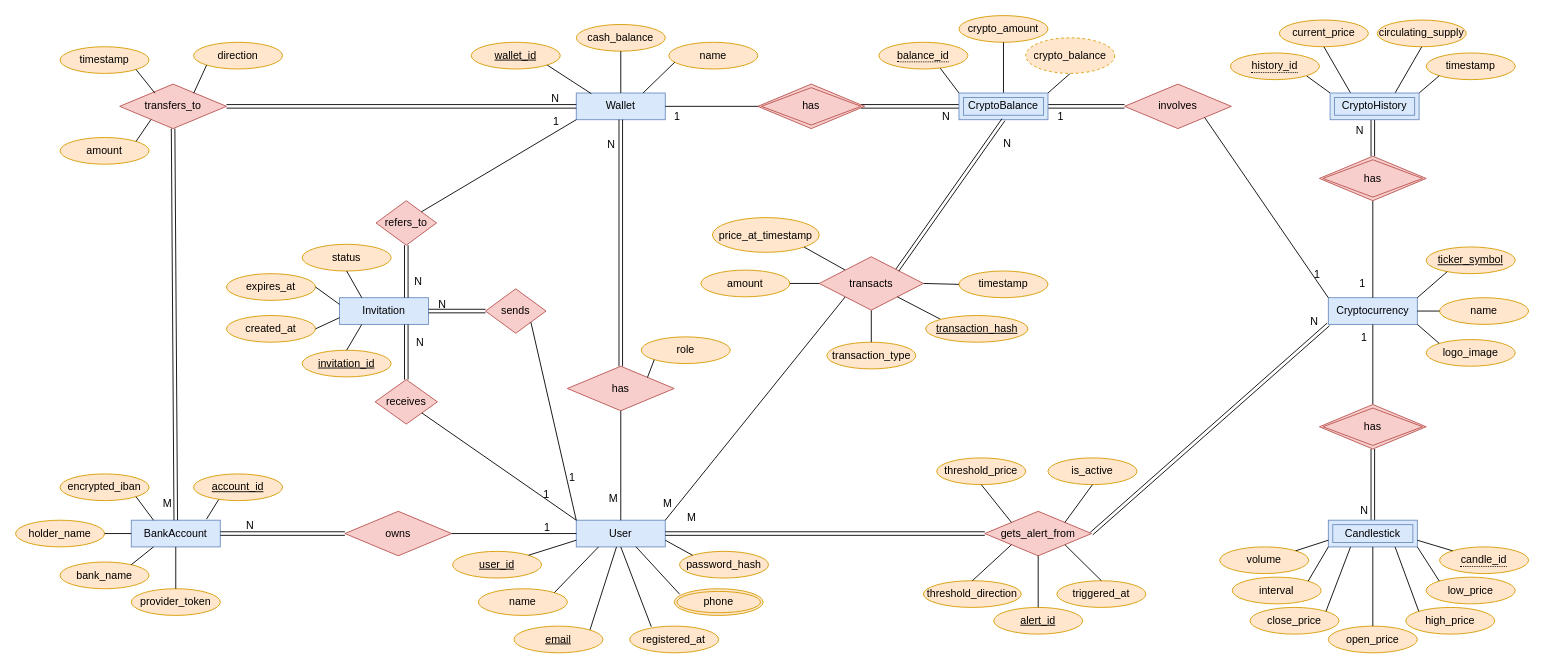
Earlier version of the draw.io diagram deliverable-1/figures/ER_diagram.drawio (georrous6/Databases). Source tidied: cells renumbered, new cells numbered last; positions are measured from the earlier drawing's top-left corner, leaving out a move shared by most shapes. Both pictures are drawn from the tidied source at 89%, with x=0, y=0 at pixel (15, 15).
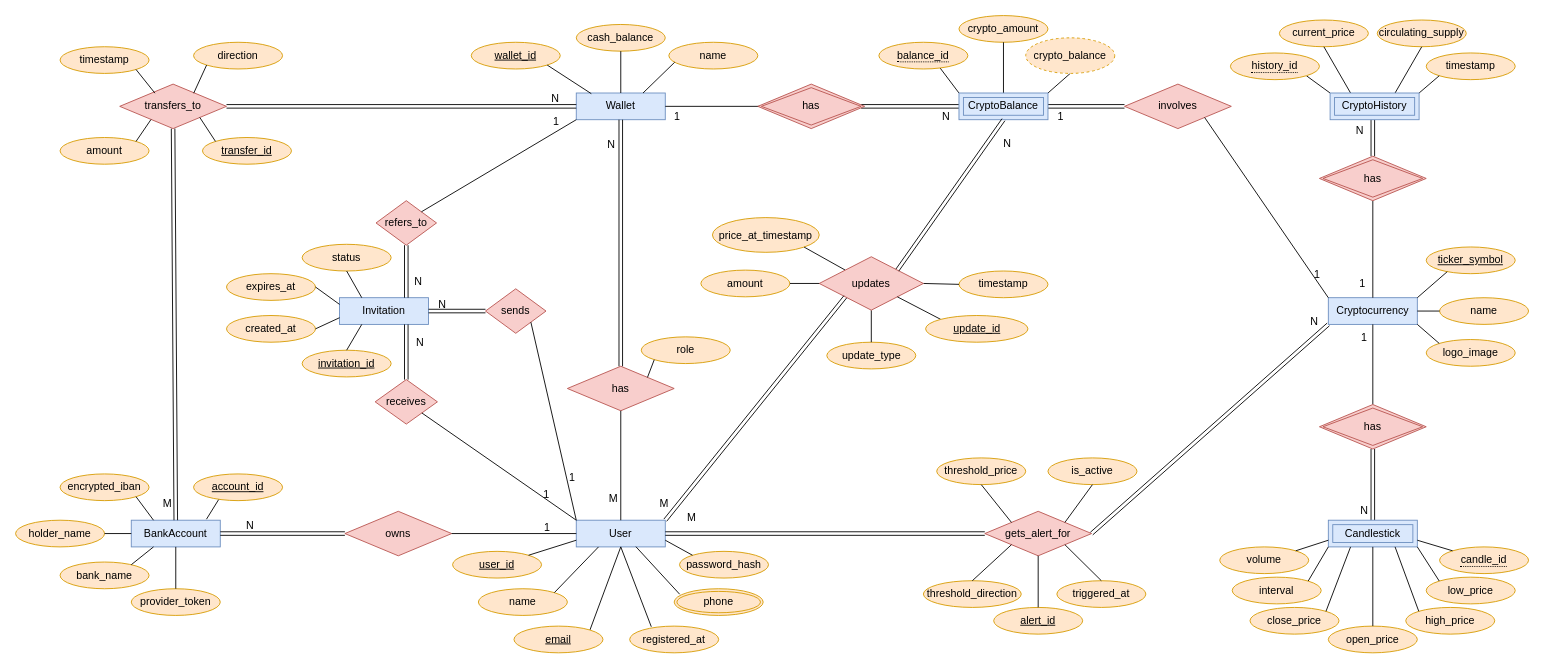
The same diagram, later.

The change refers to these unchanged cells:
```xml
<mxCell id="2" value="User" style="whiteSpace=wrap;html=1;align=center;fillColor=#dae8fc;strokeColor=#6c8ebf;" parent="1" vertex="1">
  <mxGeometry x="630" y="567" width="100" height="30" as="geometry" />
</mxCell>
<mxCell id="26" value="transfers_to" style="shape=rhombus;perimeter=rhombusPerimeter;whiteSpace=wrap;html=1;align=center;fillColor=#f8cecc;strokeColor=#b85450;" parent="1" vertex="1">
  <mxGeometry x="117" y="77" width="120" height="50" as="geometry" />
</mxCell>
<mxCell id="144" value="email" style="ellipse;whiteSpace=wrap;html=1;align=center;fontStyle=4;fillColor=#ffe6cc;strokeColor=#d79b00;" parent="1" vertex="1">
  <mxGeometry x="560" y="686" width="100" height="30" as="geometry" />
</mxCell>
```

Change to the diagram source:
```diff
@@
-    <mxCell id="30" value="transaction_type" style="ellipse;whiteSpace=wrap;html=1;align=center;fillColor=#ffe6cc;strokeColor=#d79b00;" parent="1" vertex="1">
+    <mxCell id="30" value="update_type" style="ellipse;whiteSpace=wrap;html=1;align=center;fillColor=#ffe6cc;strokeColor=#d79b00;" parent="1" vertex="1">
       <mxGeometry x="911.5" y="367" width="100" height="30" as="geometry" />
     </mxCell>
@@
-    <mxCell id="43" value="gets_alert_from" style="shape=rhombus;perimeter=rhombusPerimeter;whiteSpace=wrap;html=1;align=center;fillColor=#f8cecc;strokeColor=#b85450;" parent="1" vertex="1">
+    <mxCell id="43" value="gets_alert_for" style="shape=rhombus;perimeter=rhombusPerimeter;whiteSpace=wrap;html=1;align=center;fillColor=#f8cecc;strokeColor=#b85450;" parent="1" vertex="1">
       <mxGeometry x="1089" y="557" width="120" height="50" as="geometry" />
     </mxCell>
@@
-    <mxCell id="79" style="endArrow=none;html=1;rounded=0;exitX=1;exitY=0;exitDx=0;exitDy=0;" parent="1" edge="1" source="144" target="2">
+    <mxCell id="79" style="endArrow=none;html=1;rounded=0;exitX=1;exitY=0;exitDx=0;exitDy=0;entryX=0.5;entryY=1;entryDx=0;entryDy=0;" parent="1" edge="1" source="144" target="2">
       <mxGeometry relative="1" as="geometry" />
     </mxCell>
@@
-    <mxCell id="121" style="endArrow=none;html=1;rounded=0;entryX=1;entryY=0;entryDx=0;entryDy=0;exitX=0;exitY=1;exitDx=0;exitDy=0;" parent="1" edge="1" source="123" target="2">
-      <mxGeometry relative="1" as="geometry" />
-    </mxCell>
-    <mxCell id="122" value="M" style="html=1;whiteSpace=wrap;align=right;verticalAlign=bottom;" parent="121" vertex="1">
-      <mxGeometry x="1" relative="1" as="geometry">
-        <mxPoint x="9" y="-10" as="offset" />
-      </mxGeometry>
-    </mxCell>
-    <mxCell id="123" value="transacts" style="shape=rhombus;perimeter=rhombusPerimeter;whiteSpace=wrap;html=1;align=center;fillColor=#f8cecc;strokeColor=#b85450;" parent="1" vertex="1">
+    <mxCell id="123" value="updates" style="shape=rhombus;perimeter=rhombusPerimeter;whiteSpace=wrap;html=1;align=center;fillColor=#f8cecc;strokeColor=#b85450;" parent="1" vertex="1">
       <mxGeometry x="903" y="271" width="117" height="60" as="geometry" />
     </mxCell>
@@
-    <mxCell id="165" value="transaction_hash" style="ellipse;whiteSpace=wrap;html=1;align=center;fontStyle=4;fillColor=#ffe6cc;strokeColor=#d79b00;" parent="1" vertex="1">
+    <mxCell id="165" value="update_id" style="ellipse;whiteSpace=wrap;html=1;align=center;fontStyle=4;fillColor=#ffe6cc;strokeColor=#d79b00;" parent="1" vertex="1">
       <mxGeometry x="1022.5" y="337" width="115" height="30" as="geometry" />
     </mxCell>
@@
+    <mxCell id="168" value="transfer_id" style="ellipse;whiteSpace=wrap;html=1;align=center;fontStyle=4;fillColor=#ffe6cc;strokeColor=#d79b00;" parent="1" vertex="1">
+      <mxGeometry x="210" y="137" width="100" height="30" as="geometry" />
+    </mxCell>
+    <mxCell id="169" style="endArrow=none;html=1;entryX=0;entryY=0;entryDx=0;entryDy=0;exitX=1;exitY=1;exitDx=0;exitDy=0;" parent="1" edge="1" source="26" target="168">
+      <mxGeometry relative="1" as="geometry" />
+    </mxCell>
+    <mxCell id="121" style="shape=link;html=1;rounded=0;entryX=1;entryY=0;entryDx=0;entryDy=0;exitX=0;exitY=1;exitDx=0;exitDy=0;" parent="1" edge="1" source="123" target="2">
+      <mxGeometry relative="1" as="geometry" />
+    </mxCell>
+    <mxCell id="122" value="M" style="html=1;whiteSpace=wrap;align=right;verticalAlign=bottom;" parent="121" vertex="1">
+      <mxGeometry x="1" relative="1" as="geometry">
+        <mxPoint x="5" y="-10" as="offset" />
+      </mxGeometry>
+    </mxCell>
```
